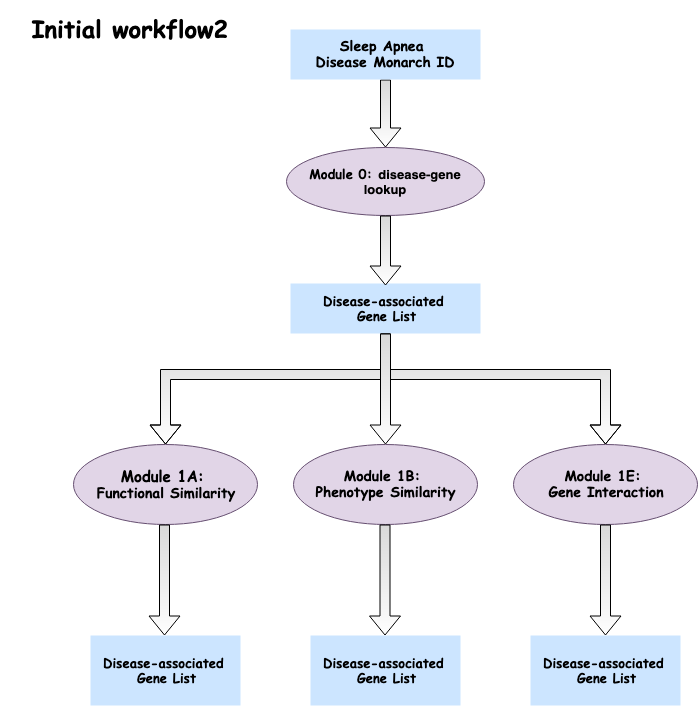
Earlier version of the draw.io export workflow2_diagram.png (imxiaow/SleepApnea-Presentation). Source tidied: cells renumbered, new cells last; positions are measured from the earlier drawing's top-left corner, leaving out a move shared by most shapes.
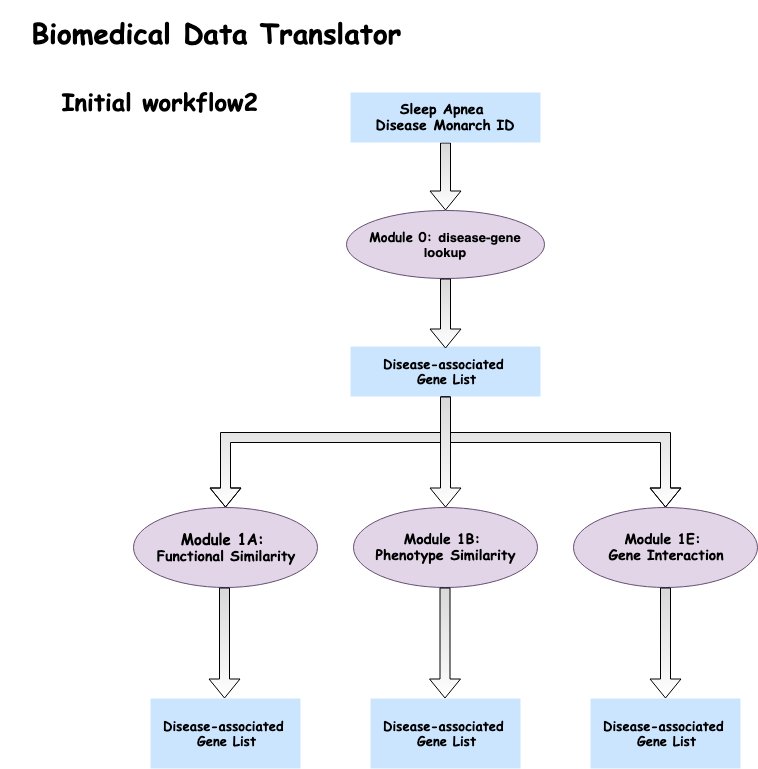
The same file after the commit.

The edit, as a diff of the source:
```diff
@@ -3,7 +3,7 @@
     <mxCell id="0" />
     <mxCell id="1" parent="0" />
     <mxCell id="2" value="&lt;h1&gt;&lt;b&gt;&lt;font face=&quot;Comic Sans MS&quot;&gt;Initial workflow2&amp;nbsp;&lt;/font&gt;&lt;/b&gt;&lt;/h1&gt;" style="text;html=1;strokeColor=none;fillColor=none;align=center;verticalAlign=middle;whiteSpace=wrap;rounded=0;" parent="1" vertex="1">
-      <mxGeometry width="270" height="30" as="geometry" />
+      <mxGeometry x="-30" y="10" width="270" height="30" as="geometry" />
     </mxCell>
     <mxCell id="3" style="edgeStyle=orthogonalEdgeStyle;rounded=0;jettySize=auto;html=1;shape=flexArrow;fillColor=#D9D9D9;gradientColor=#ffffff;entryX=0.5;entryY=0;entryDx=0;entryDy=0;" parent="1" edge="1" source="4" target="6">
       <mxGeometry relative="1" as="geometry" />
@@ -82,5 +82,8 @@
         <mxPoint x="164" y="621" as="targetPoint" />
       </mxGeometry>
     </mxCell>
+    <mxCell id="20" value="&lt;h1&gt;&lt;b&gt;&lt;font face=&quot;Comic Sans MS&quot; style=&quot;font-size: 28px&quot;&gt;Biomedical Data Translator&amp;nbsp;&lt;/font&gt;&lt;/b&gt;&lt;/h1&gt;" style="text;html=1;strokeColor=none;fillColor=none;align=center;verticalAlign=middle;whiteSpace=wrap;rounded=0;" parent="1" vertex="1">
+      <mxGeometry x="-60" y="-60" width="445" height="30" as="geometry" />
+    </mxCell>
   </root>
 </mxGraphModel>
```
